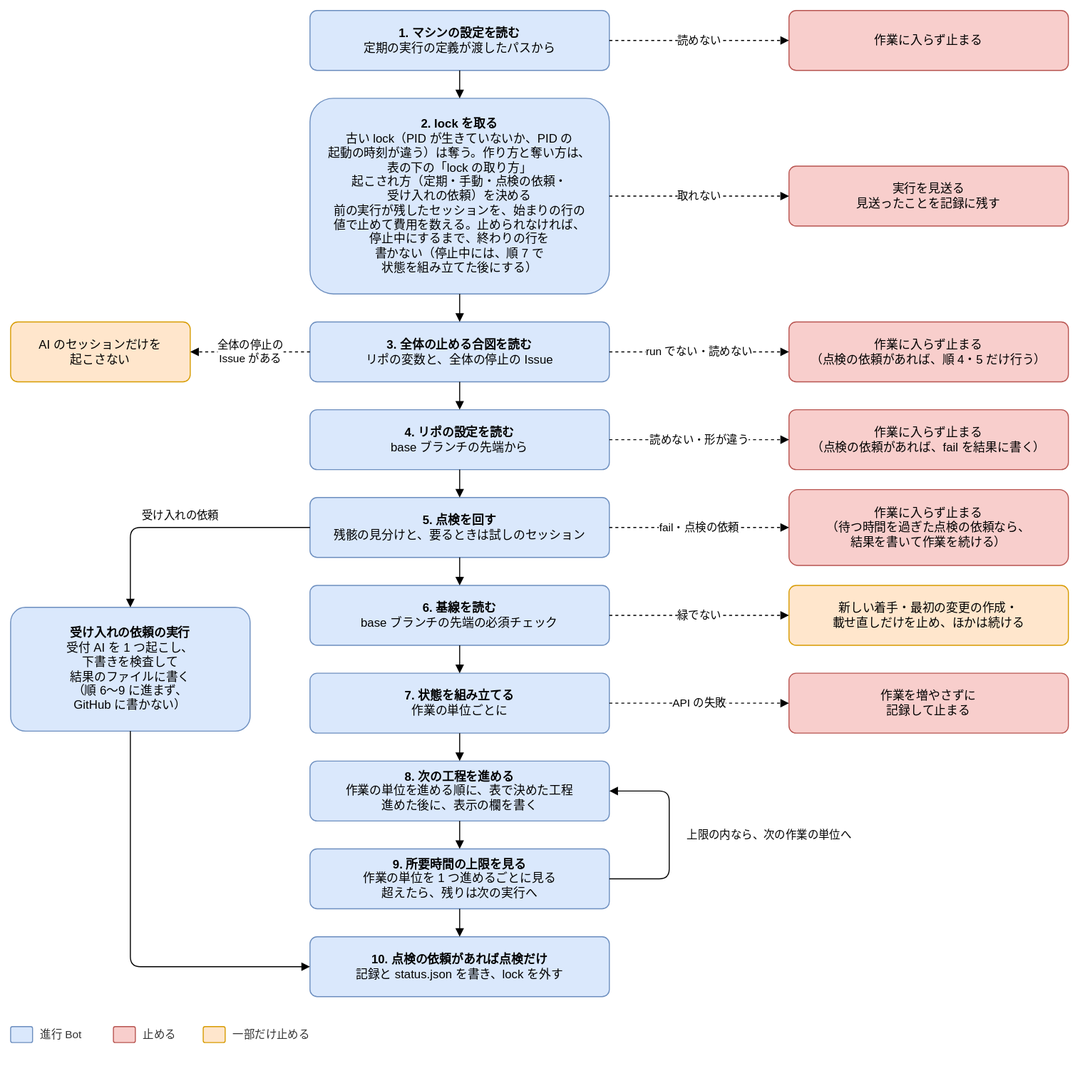
The draw.io diagram docs/design/basic/diagrams/02-run-flow.drawio.svg in Joymerrevent/dev-autopilot, before a commit. Source tidied: cells renumbered, new cells last; positions are measured from the earlier drawing's top-left corner, leaving out a move shared by most shapes.
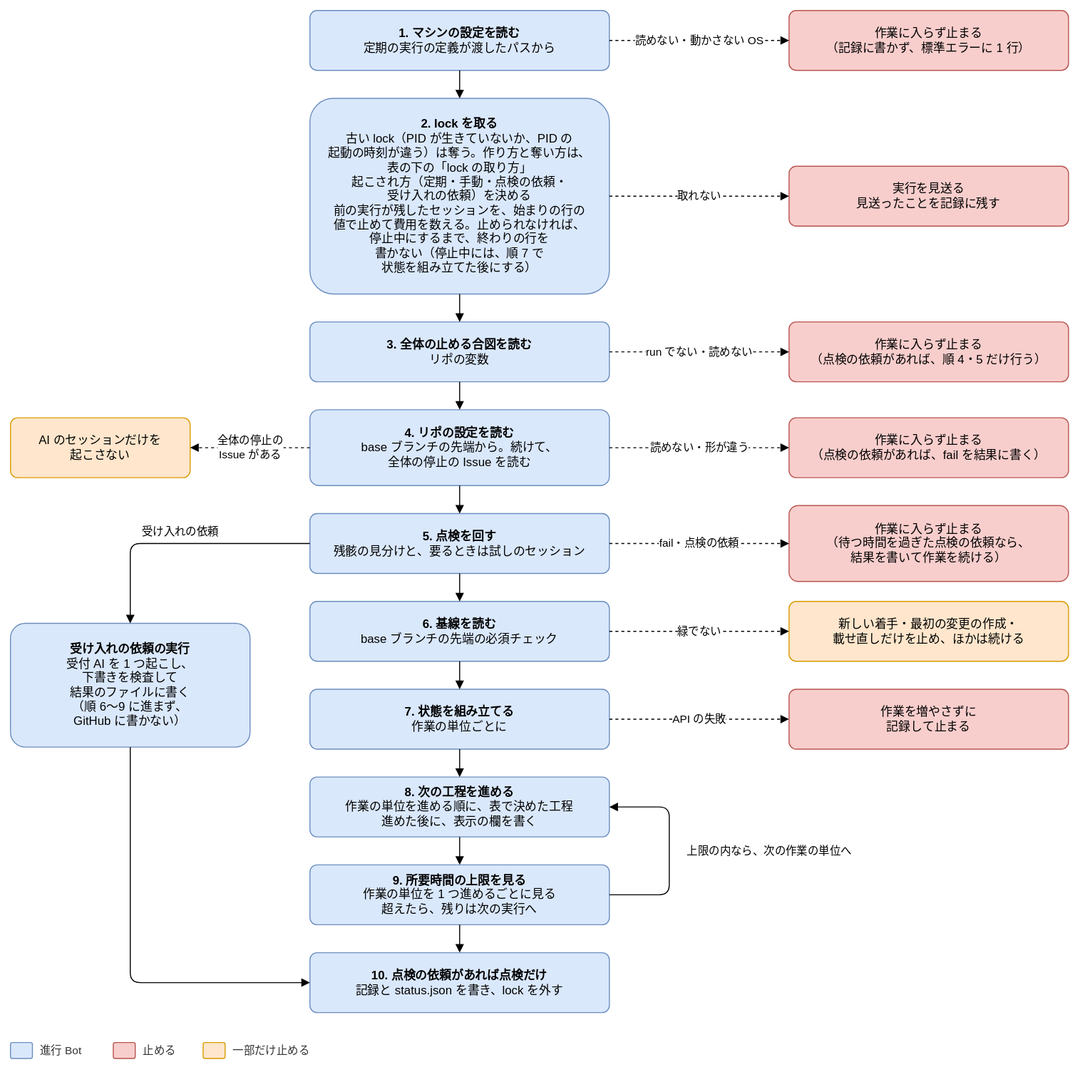
The same file after the commit.

Commit message:
docs(design): 基本設計の図（1 回の実行の流れと手元の記録）を、全体の停止の Issue を読む時と切れた行の扱いに合わせる

表と箇条を直した節の図を直す。

- 02-run-flow：順 3 の箱から全体の停止の Issue を外し、順 4 の箱で読む。「AI のセッションだけを
  起こさない」への線を順 4 から出す（M-78）。順 1 の線に「動かさない OS」を足し、止まる箱に
  「記録に書かず、標準エラーに 1 行」を足す（組をまたぐ決め事の、runs.jsonl に書かない終わり方）
- 02-records：注の切れた行を warn から fail にし、切れた行の後に足さず、人が断片を消して戻すと
  書く（H-14）

Claude-Session: https://claude.ai/code/session_01LvmXQN14Y95msvojZ6hWNP

Diff of the diagram source:
```diff
@@ -3,46 +3,46 @@
     <mxCell id="0" />
     <mxCell id="1" parent="0" />
     <mxCell id="2" value="&lt;b&gt;1. マシンの設定を読む&lt;/b&gt;&lt;br&gt;定期の実行の定義が渡したパスから" style="rounded=1;whiteSpace=wrap;html=1;fontSize=12;arcSize=12;spacing=12;fillColor=#dae8fc;strokeColor=#6c8ebf;" parent="1" vertex="1">
-      <mxGeometry x="300" width="300" height="60" as="geometry" />
+      <mxGeometry x="300" y="-16" width="300" height="60" as="geometry" />
     </mxCell>
-    <mxCell id="3" value="作業に入らず止まる" style="rounded=1;whiteSpace=wrap;html=1;fontSize=12;arcSize=12;spacing=12;fillColor=#f8cecc;strokeColor=#b85450;" parent="1" vertex="1">
-      <mxGeometry x="780" width="280" height="60" as="geometry" />
+    <mxCell id="3" value="作業に入らず止まる&lt;br&gt;（記録に書かず、標準エラーに 1 行）" style="rounded=1;whiteSpace=wrap;html=1;fontSize=12;arcSize=12;spacing=12;fillColor=#f8cecc;strokeColor=#b85450;" parent="1" vertex="1">
+      <mxGeometry x="780" y="-16" width="280" height="60" as="geometry" />
     </mxCell>
-    <mxCell id="4" value="読めない" style="edgeStyle=orthogonalEdgeStyle;rounded=1;html=1;endArrow=block;endFill=1;fontSize=11;labelBackgroundColor=#ffffff;dashed=1;exitX=1;exitY=0.5;exitDx=0;exitDy=0;entryX=0;entryY=0.5;entryDx=0;entryDy=0;" parent="1" edge="1" source="2" target="3">
+    <mxCell id="4" value="読めない・動かさない OS" style="edgeStyle=orthogonalEdgeStyle;rounded=1;html=1;endArrow=block;endFill=1;fontSize=11;labelBackgroundColor=#ffffff;dashed=1;exitX=1;exitY=0.5;exitDx=0;exitDy=0;entryX=0;entryY=0.5;entryDx=0;entryDy=0;" parent="1" edge="1" source="2" target="3">
       <mxGeometry relative="1" as="geometry" />
     </mxCell>
     <mxCell id="5" value="&lt;b&gt;2. lock を取る&lt;/b&gt;&lt;br&gt;古い lock（PID が生きていないか、PID の&lt;br&gt;起動の時刻が違う）は奪う。作り方と奪い方は、&lt;br&gt;表の下の「lock の取り方」&lt;br&gt;起こされ方（定期・手動・点検の依頼・&lt;br&gt;受け入れの依頼）を決める&lt;br&gt;前の実行が残したセッションを、始まりの行の&lt;br&gt;値で止めて費用を数える。止められなければ、&lt;br&gt;停止中にするまで、終わりの行を&lt;br&gt;書かない（停止中には、順 7 で&lt;br&gt;状態を組み立てた後にする）" style="rounded=1;whiteSpace=wrap;html=1;fontSize=12;arcSize=12;spacing=12;fillColor=#dae8fc;strokeColor=#6c8ebf;" parent="1" vertex="1">
-      <mxGeometry x="300" y="88" width="300" height="196" as="geometry" />
+      <mxGeometry x="300" y="72" width="300" height="196" as="geometry" />
     </mxCell>
     <mxCell id="6" style="edgeStyle=orthogonalEdgeStyle;rounded=1;html=1;endArrow=block;endFill=1;fontSize=11;labelBackgroundColor=#ffffff;exitX=0.5;exitY=1;exitDx=0;exitDy=0;entryX=0.5;entryY=0;entryDx=0;entryDy=0;" parent="1" edge="1" source="2" target="5">
       <mxGeometry relative="1" as="geometry" />
     </mxCell>
     <mxCell id="7" value="実行を見送る&lt;br&gt;見送ったことを記録に残す" style="rounded=1;whiteSpace=wrap;html=1;fontSize=12;arcSize=12;spacing=12;fillColor=#f8cecc;strokeColor=#b85450;" parent="1" vertex="1">
-      <mxGeometry x="780" y="156" width="280" height="60" as="geometry" />
+      <mxGeometry x="780" y="140" width="280" height="60" as="geometry" />
     </mxCell>
     <mxCell id="8" value="取れない" style="edgeStyle=orthogonalEdgeStyle;rounded=1;html=1;endArrow=block;endFill=1;fontSize=11;labelBackgroundColor=#ffffff;dashed=1;exitX=1;exitY=0.5;exitDx=0;exitDy=0;entryX=0;entryY=0.5;entryDx=0;entryDy=0;" parent="1" edge="1" source="5" target="7">
       <mxGeometry relative="1" as="geometry" />
     </mxCell>
-    <mxCell id="9" value="&lt;b&gt;3. 全体の止める合図を読む&lt;/b&gt;&lt;br&gt;リポの変数と、全体の停止の Issue" style="rounded=1;whiteSpace=wrap;html=1;fontSize=12;arcSize=12;spacing=12;fillColor=#dae8fc;strokeColor=#6c8ebf;" parent="1" vertex="1">
-      <mxGeometry x="300" y="312" width="300" height="60" as="geometry" />
+    <mxCell id="9" value="&lt;b&gt;3. 全体の止める合図を読む&lt;/b&gt;&lt;br&gt;リポの変数" style="rounded=1;whiteSpace=wrap;html=1;fontSize=12;arcSize=12;spacing=12;fillColor=#dae8fc;strokeColor=#6c8ebf;" parent="1" vertex="1">
+      <mxGeometry x="300" y="296" width="300" height="60" as="geometry" />
     </mxCell>
     <mxCell id="10" style="edgeStyle=orthogonalEdgeStyle;rounded=1;html=1;endArrow=block;endFill=1;fontSize=11;labelBackgroundColor=#ffffff;exitX=0.5;exitY=1;exitDx=0;exitDy=0;entryX=0.5;entryY=0;entryDx=0;entryDy=0;" parent="1" edge="1" source="5" target="9">
       <mxGeometry relative="1" as="geometry" />
     </mxCell>
     <mxCell id="11" value="作業に入らず止まる&lt;br&gt;（点検の依頼があれば、順 4・5 だけ行う）" style="rounded=1;whiteSpace=wrap;html=1;fontSize=12;arcSize=12;spacing=12;fillColor=#f8cecc;strokeColor=#b85450;" parent="1" vertex="1">
-      <mxGeometry x="780" y="312" width="280" height="60" as="geometry" />
+      <mxGeometry x="780" y="296" width="280" height="60" as="geometry" />
     </mxCell>
     <mxCell id="12" value="run でない・読めない" style="edgeStyle=orthogonalEdgeStyle;rounded=1;html=1;endArrow=block;endFill=1;fontSize=11;labelBackgroundColor=#ffffff;dashed=1;exitX=1;exitY=0.5;exitDx=0;exitDy=0;entryX=0;entryY=0.5;entryDx=0;entryDy=0;" parent="1" edge="1" source="9" target="11">
       <mxGeometry relative="1" as="geometry" />
     </mxCell>
-    <mxCell id="13" value="&lt;b&gt;4. リポの設定を読む&lt;/b&gt;&lt;br&gt;base ブランチの先端から" style="rounded=1;whiteSpace=wrap;html=1;fontSize=12;arcSize=12;spacing=12;fillColor=#dae8fc;strokeColor=#6c8ebf;" parent="1" vertex="1">
-      <mxGeometry x="300" y="400" width="300" height="60" as="geometry" />
+    <mxCell id="13" value="&lt;b&gt;4. リポの設定を読む&lt;/b&gt;&lt;br&gt;base ブランチの先端から。続けて、&lt;br&gt;全体の停止の Issue を読む" style="rounded=1;whiteSpace=wrap;html=1;fontSize=12;arcSize=12;spacing=12;fillColor=#dae8fc;strokeColor=#6c8ebf;" parent="1" vertex="1">
+      <mxGeometry x="300" y="384" width="300" height="76" as="geometry" />
     </mxCell>
     <mxCell id="14" style="edgeStyle=orthogonalEdgeStyle;rounded=1;html=1;endArrow=block;endFill=1;fontSize=11;labelBackgroundColor=#ffffff;exitX=0.5;exitY=1;exitDx=0;exitDy=0;entryX=0.5;entryY=0;entryDx=0;entryDy=0;" parent="1" edge="1" source="9" target="13">
       <mxGeometry relative="1" as="geometry" />
     </mxCell>
     <mxCell id="15" value="作業に入らず止まる&lt;br&gt;（点検の依頼があれば、fail を結果に書く）" style="rounded=1;whiteSpace=wrap;html=1;fontSize=12;arcSize=12;spacing=12;fillColor=#f8cecc;strokeColor=#b85450;" parent="1" vertex="1">
-      <mxGeometry x="780" y="400" width="280" height="60" as="geometry" />
+      <mxGeometry x="780" y="392" width="280" height="60" as="geometry" />
     </mxCell>
     <mxCell id="16" value="読めない・形が違う" style="edgeStyle=orthogonalEdgeStyle;rounded=1;html=1;endArrow=block;endFill=1;fontSize=11;labelBackgroundColor=#ffffff;dashed=1;exitX=1;exitY=0.5;exitDx=0;exitDy=0;entryX=0;entryY=0.5;entryDx=0;entryDy=0;" parent="1" edge="1" source="13" target="15">
       <mxGeometry relative="1" as="geometry" />
@@ -140,9 +140,9 @@
       <mxGeometry relative="1" as="geometry" />
     </mxCell>
     <mxCell id="45" value="AI のセッションだけを&lt;br&gt;起こさない" style="rounded=1;whiteSpace=wrap;html=1;fontSize=12;arcSize=12;spacing=12;fillColor=#ffe6cc;strokeColor=#d79b00;" parent="1" vertex="1">
-      <mxGeometry y="312" width="180" height="60" as="geometry" />
+      <mxGeometry y="392" width="180" height="60" as="geometry" />
     </mxCell>
-    <mxCell id="46" value="全体の停止の&lt;br&gt;Issue がある" style="edgeStyle=orthogonalEdgeStyle;rounded=1;html=1;endArrow=block;endFill=1;fontSize=11;labelBackgroundColor=#ffffff;dashed=1;exitX=0;exitY=0.5;exitDx=0;exitDy=0;entryX=1;entryY=0.5;entryDx=0;entryDy=0;" parent="1" edge="1" source="9" target="45">
+    <mxCell id="46" value="全体の停止の&lt;br&gt;Issue がある" style="edgeStyle=orthogonalEdgeStyle;rounded=1;html=1;endArrow=block;endFill=1;fontSize=11;labelBackgroundColor=#ffffff;dashed=1;exitX=0;exitY=0.5;exitDx=0;exitDy=0;entryX=1;entryY=0.5;entryDx=0;entryDy=0;" parent="1" edge="1" source="13" target="45">
       <mxGeometry relative="1" as="geometry" />
     </mxCell>
   </root>
```
